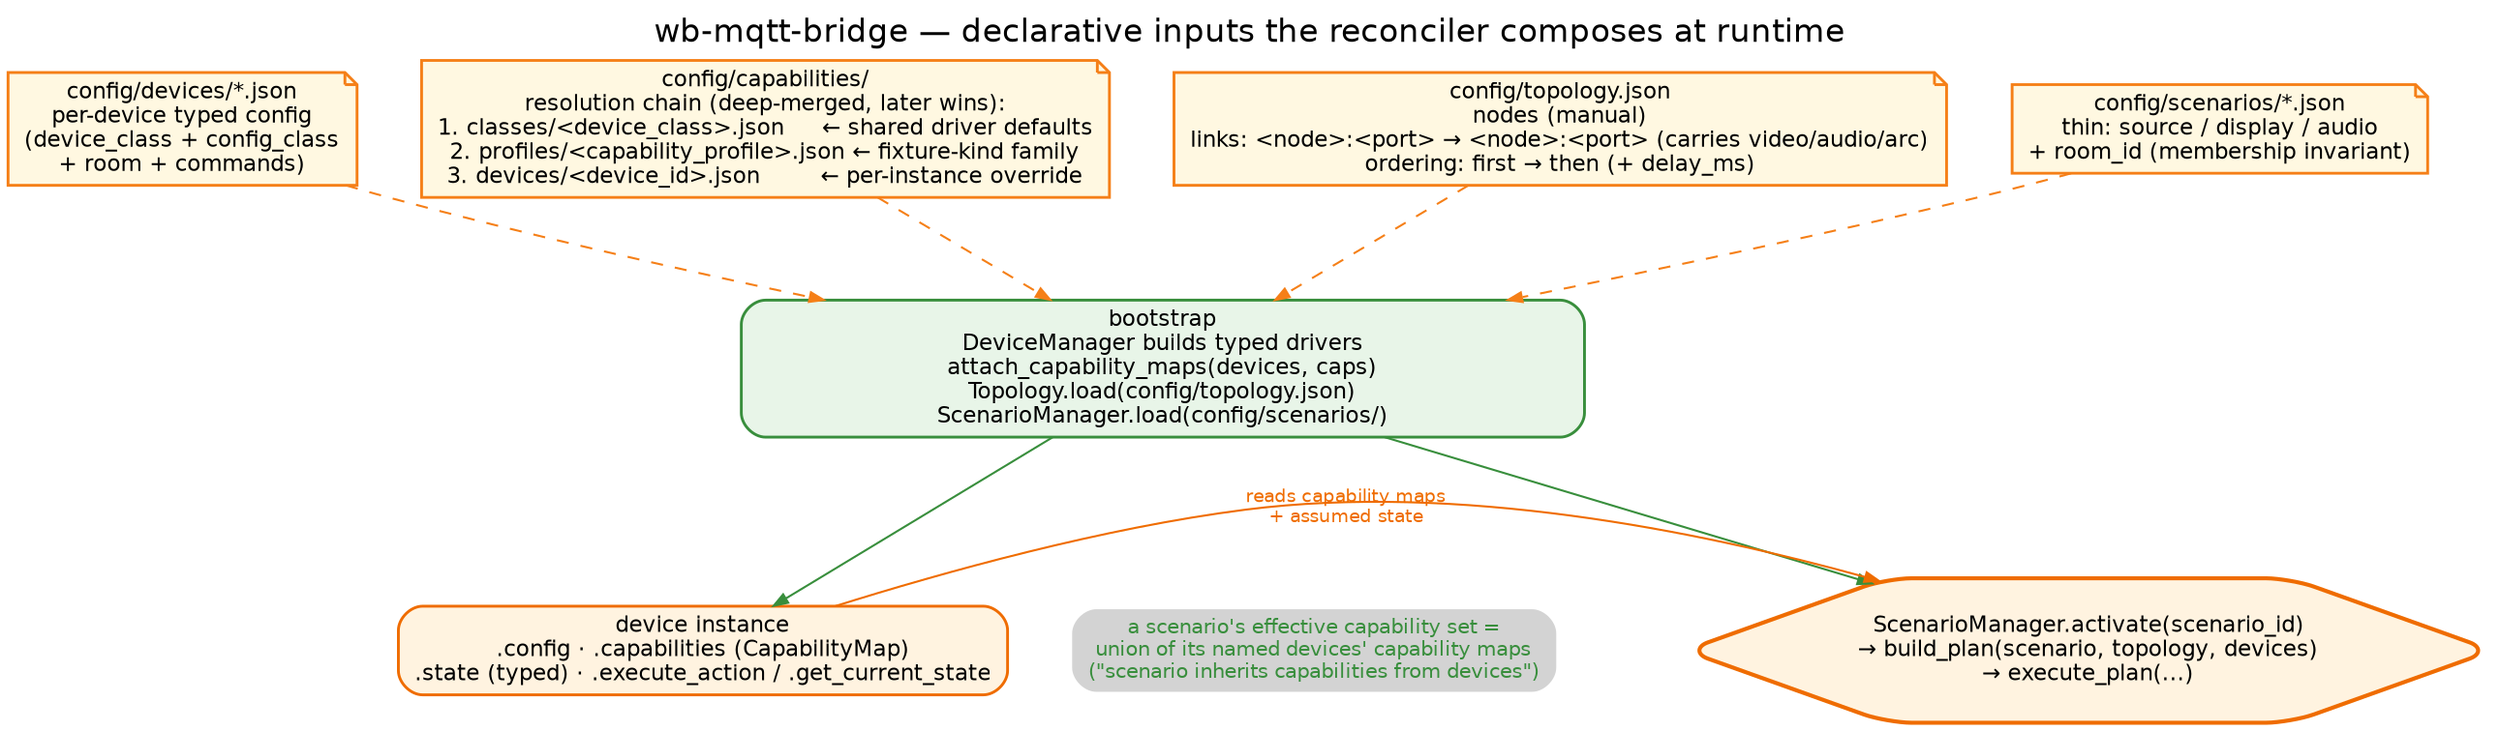
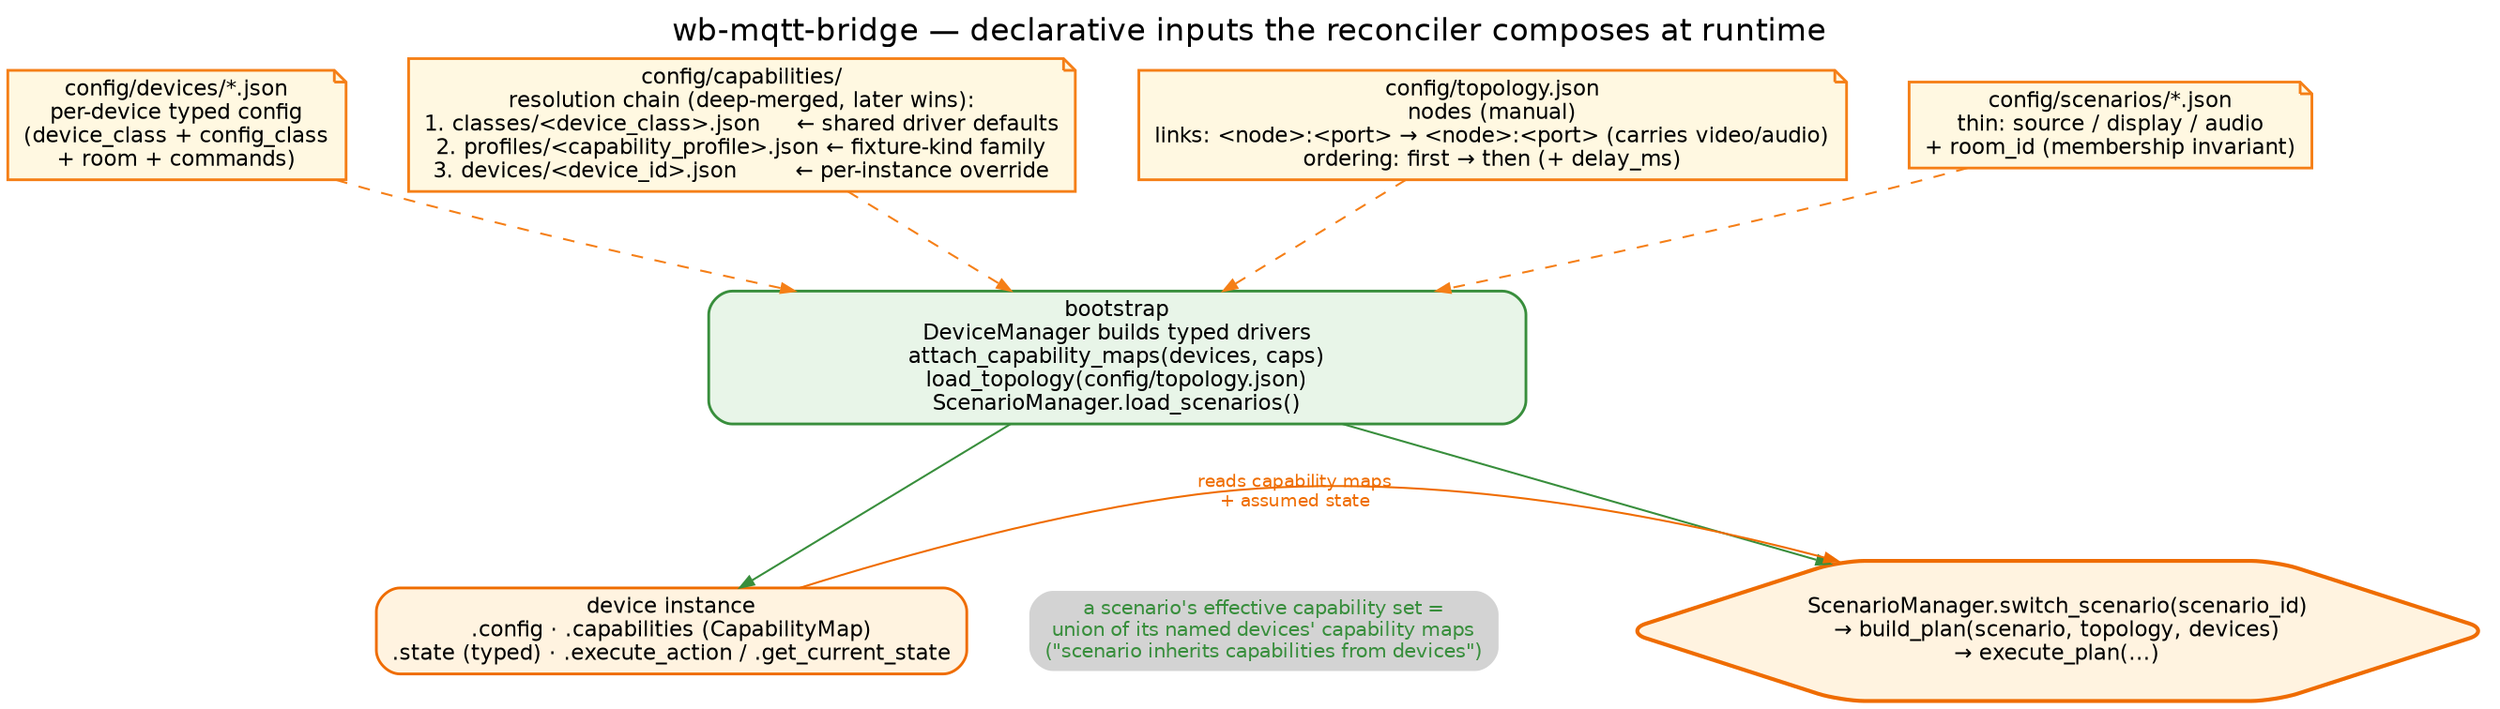
// wb-mqtt-bridge — the four declarative inputs the reconciler composes. Render:
//   dot -Tpng docs/images/declarative-composition.dot -o docs/images/declarative-composition.png
// Palette: see hexagon.dot header.
digraph composition {
  rankdir=TB;
  bgcolor="white";
  splines=spline;
  nodesep=0.45; ranksep=0.7;
  fontname="Helvetica"; labelloc=t; fontsize=16;
  label="wb-mqtt-bridge — declarative inputs the reconciler composes at runtime";

  node [fontname="Helvetica", fontsize=11, shape=box, style="filled,rounded", penwidth=1.4];
  edge [fontname="Helvetica", fontsize=9, color="#9e9e9e", arrowsize=0.7];

  // --- the four declarative inputs (data) ---
  devices [shape=note, fillcolor="#fff8e1", color="#f57f17",
           label="config/devices/*.json\nper-device typed config\n(device_class + config_class\n+ room + commands)"];

  caps [shape=note, fillcolor="#fff8e1", color="#f57f17",
        label="config/capabilities/\nresolution chain (deep-merged, later wins):\n1. classes/<device_class>.json     ← shared driver defaults\n2. profiles/<capability_profile>.json ← fixture-kind family\n3. devices/<device_id>.json        ← per-instance override"];

  topo [shape=note, fillcolor="#fff8e1", color="#f57f17",
-         label="config/topology.json\nnodes (manual)\nlinks: <node>:<port> → <node>:<port> (carries video/audio/arc)\nordering: first → then (+ delay_ms)"];
+         label="config/topology.json\nnodes (manual)\nlinks: <node>:<port> → <node>:<port> (carries video/audio)\nordering: first → then (+ delay_ms)"];

  scenarios [shape=note, fillcolor="#fff8e1", color="#f57f17",
             label="config/scenarios/*.json\nthin: source / display / audio\n+ room_id (membership invariant)"];

  // --- composition (domain) ---
-   bootstrap [label="bootstrap\nDeviceManager builds typed drivers\nattach_capability_maps(devices, caps)\nTopology.load(config/topology.json)\nScenarioManager.load(config/scenarios/)",
+   bootstrap [label="bootstrap\nDeviceManager builds typed drivers\nattach_capability_maps(devices, caps)\nload_topology(config/topology.json)\nScenarioManager.load_scenarios()",
             fillcolor="#e8f5e8", color="#388e3c", width=5.8];

  device_obj [label="device instance\n.config · .capabilities (CapabilityMap)\n.state (typed) · .execute_action / .get_current_state",
              fillcolor="#fff3e0", color="#ef6c00"];

-   reconciler [label="ScenarioManager.activate(scenario_id)\n→ build_plan(scenario, topology, devices)\n→ execute_plan(...)",
+   reconciler [label="ScenarioManager.switch_scenario(scenario_id)\n→ build_plan(scenario, topology, devices)\n→ execute_plan(...)",
              fillcolor="#fff3e0", color="#ef6c00", shape=hexagon, penwidth=2];

  // --- inheritance arrow note ---
  inherit_note [shape=plaintext, fontcolor="#388e3c", fontsize=10,
                label="a scenario's effective capability set =\nunion of its named devices' capability maps\n(\"scenario inherits capabilities from devices\")"];

  // edges: inputs feed bootstrap; bootstrap produces the runtime objects
  devices    -> bootstrap [style=dashed, color="#f57f17"];
  caps       -> bootstrap [style=dashed, color="#f57f17"];
  topo       -> bootstrap [style=dashed, color="#f57f17"];
  scenarios  -> bootstrap [style=dashed, color="#f57f17"];

  bootstrap -> device_obj [color="#388e3c"];
  bootstrap -> reconciler [color="#388e3c"];

  device_obj -> reconciler [label="reads capability maps\n+ assumed state", color="#ef6c00", fontcolor="#ef6c00"];
  inherit_note -> reconciler [style=invis];

  {rank=same; devices; caps; topo; scenarios}
  {rank=same; device_obj; reconciler; inherit_note}
}
